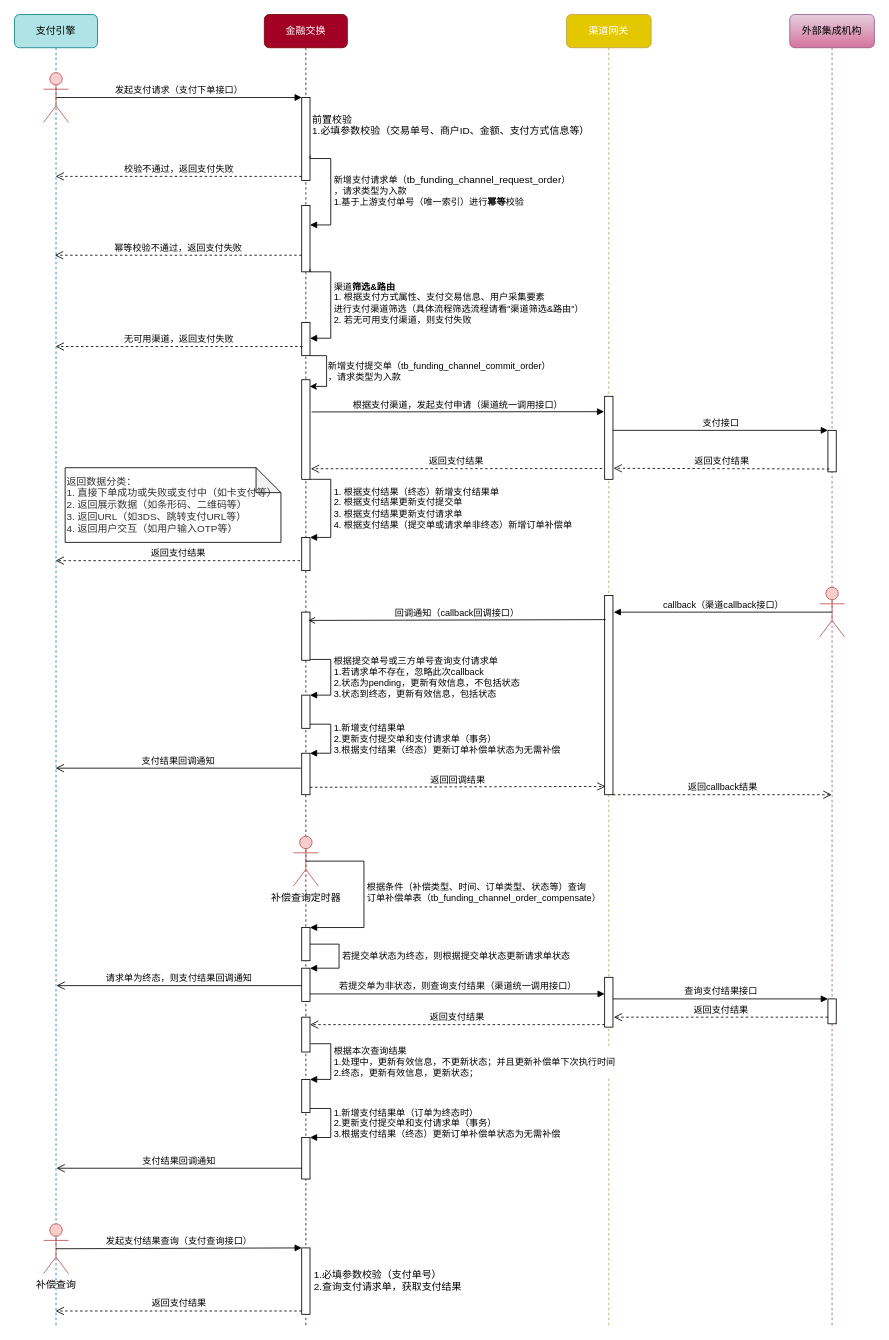
Earlier version of the draw.io diagram page "普通支付流程" (1 of 7) of 渠道时序图v2.drawio (CatFei666/drawio_gallery). Source tidied: cells renumbered, new cells numbered last; positions are measured from the earlier drawing's top-left corner, leaving out a move shared by most shapes. Both pictures are drawn from the tidied source at 83%, with x=0, y=0 at pixel (14, 14).
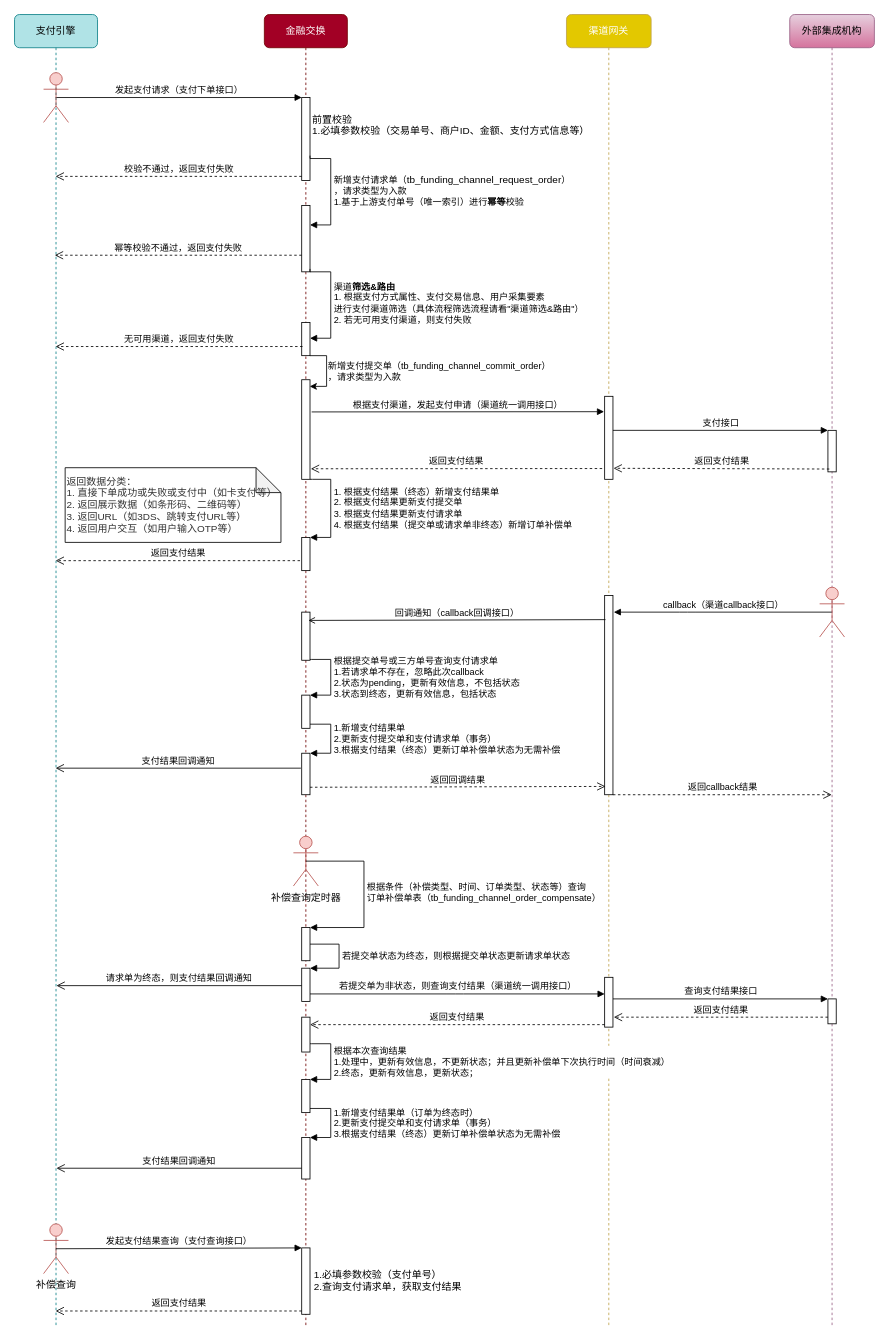
The same page after the edit.

Unchanged cells that the change refers to:
```xml
<mxCell id="51" style="html=1;points=[];perimeter=orthogonalPerimeter;" parent="1" vertex="1">
  <mxGeometry x="346" y="1283" width="10" height="40" as="geometry" />
</mxCell>
```

Diff of the diagram source:
```diff
@@
-    <mxCell id="52" value="根据本次查询结果&lt;br&gt;1.处理中，更新有效信息，不更新状态；并且更新补偿单下次执行时间&lt;br&gt;2.终态，更新有效信息，更新状态；" style="edgeStyle=orthogonalEdgeStyle;html=1;align=left;spacingLeft=2;endArrow=block;rounded=0;entryX=1;entryY=0;" parent="1" edge="1" target="51">
+    <mxCell id="52" value="根据本次查询结果&lt;br&gt;1.处理中，更新有效信息，不更新状态；并且更新补偿单下次执行时间（时间衰减）&lt;br&gt;2.终态，更新有效信息，更新状态；" style="edgeStyle=orthogonalEdgeStyle;html=1;align=left;spacingLeft=2;endArrow=block;rounded=0;entryX=1;entryY=0;" parent="1" edge="1" target="51">
       <mxGeometry relative="1" as="geometry">
         <mxPoint x="356" y="1240" as="sourcePoint" />
         <Array as="points">
           <mxPoint x="358" y="1240" />
           <mxPoint x="381" y="1240" />
           <mxPoint x="381" y="1268" />
         </Array>
       </mxGeometry>
     </mxCell>
```
